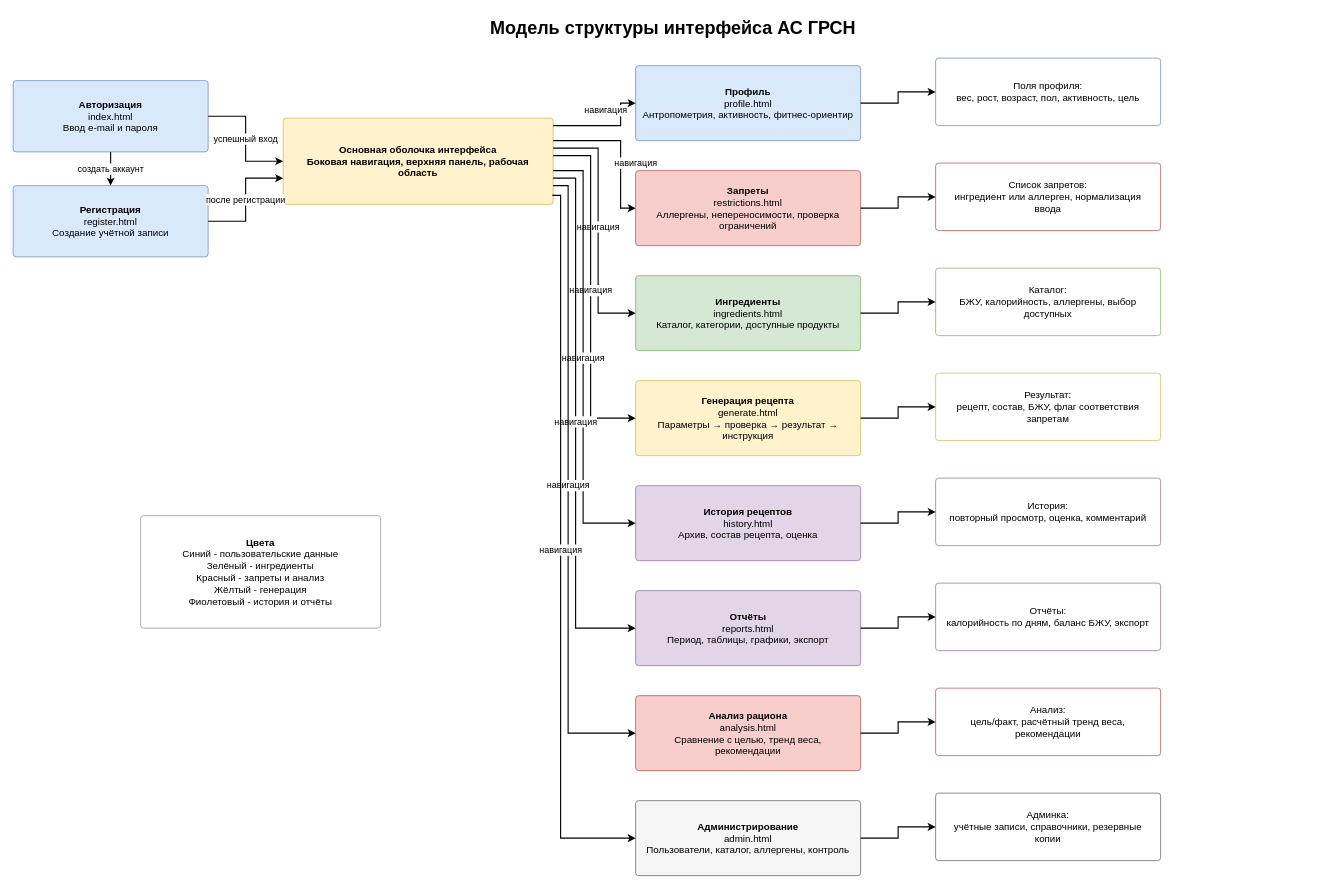
Before: Optimization-Methods/laba_2/diagrams/Модель_структуры_интерфейса.drawio in Skipl1/ASOIU, a draw.io diagram. Source tidied: cells renumbered, new cells numbered last; positions are measured from the earlier drawing's top-left corner, leaving out a move shared by most shapes. Both pictures are drawn from the tidied source at 75%, with x=0, y=0 at pixel (13, 13).
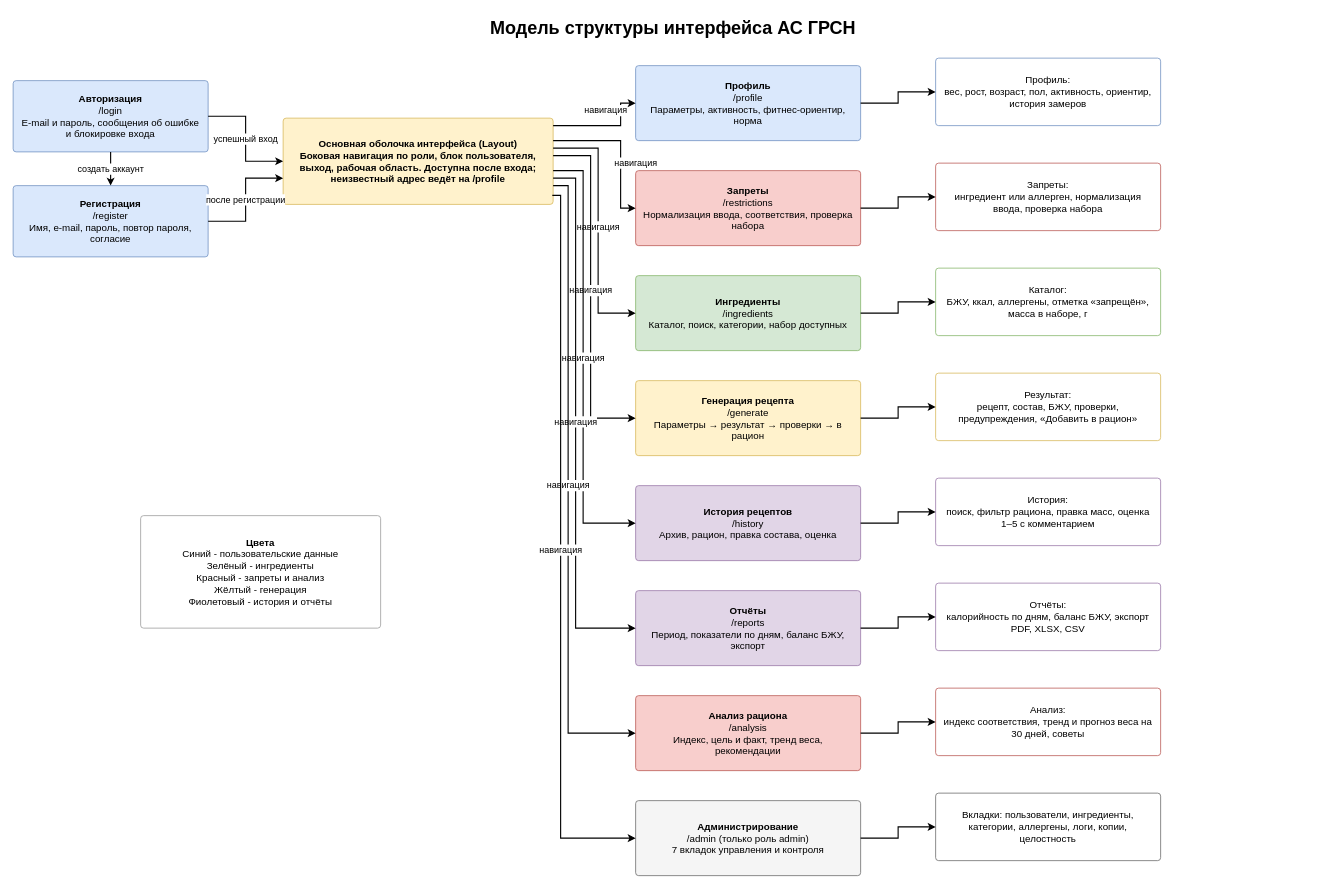
Above is the later version.

What changed in the source:
```diff
@@
-    <mxCell id="3" value="&lt;b&gt;Авторизация&lt;/b&gt;&lt;br&gt;index.html&lt;br&gt;Ввод e-mail и пароля" style="rounded=1;whiteSpace=wrap;html=1;arcSize=8;absoluteArcSize=1;fillColor=#dae8fc;strokeColor=#6c8ebf;fontSize=13;spacing=8;" parent="1" vertex="1">
+    <mxCell id="3" value="&lt;b&gt;Авторизация&lt;/b&gt;&lt;br&gt;/login&lt;br&gt;E-mail и пароль, сообщения об ошибке и блокировке входа" style="rounded=1;whiteSpace=wrap;html=1;arcSize=8;absoluteArcSize=1;fillColor=#dae8fc;strokeColor=#6c8ebf;fontSize=13;spacing=8;" parent="1" vertex="1">
       <mxGeometry y="90" width="260" height="95" as="geometry" />
     </mxCell>
-    <mxCell id="4" value="&lt;b&gt;Регистрация&lt;/b&gt;&lt;br&gt;register.html&lt;br&gt;Создание учётной записи" style="rounded=1;whiteSpace=wrap;html=1;arcSize=8;absoluteArcSize=1;fillColor=#dae8fc;strokeColor=#6c8ebf;fontSize=13;spacing=8;" parent="1" vertex="1">
+    <mxCell id="4" value="&lt;b&gt;Регистрация&lt;/b&gt;&lt;br&gt;/register&lt;br&gt;Имя, e-mail, пароль, повтор пароля, согласие" style="rounded=1;whiteSpace=wrap;html=1;arcSize=8;absoluteArcSize=1;fillColor=#dae8fc;strokeColor=#6c8ebf;fontSize=13;spacing=8;" parent="1" vertex="1">
       <mxGeometry y="230" width="260" height="95" as="geometry" />
     </mxCell>
-    <mxCell id="5" value="&lt;b&gt;Основная оболочка интерфейса&lt;/b&gt;&lt;br&gt;Боковая навигация, верхняя панель, рабочая область" style="rounded=1;whiteSpace=wrap;html=1;arcSize=8;absoluteArcSize=1;fillColor=#fff2cc;strokeColor=#d6b656;fontSize=13;spacing=8;fontStyle=1;" parent="1" vertex="1">
+    <mxCell id="5" value="&lt;b&gt;Основная оболочка интерфейса (Layout)&lt;/b&gt;&lt;br&gt;Боковая навигация по роли, блок пользователя, выход, рабочая область. Доступна после входа; неизвестный адрес ведёт на /profile" style="rounded=1;whiteSpace=wrap;html=1;arcSize=8;absoluteArcSize=1;fillColor=#fff2cc;strokeColor=#d6b656;fontSize=13;spacing=8;fontStyle=1;" parent="1" vertex="1">
       <mxGeometry x="360" y="140" width="360" height="115" as="geometry" />
     </mxCell>
-    <mxCell id="6" value="&lt;b&gt;Профиль&lt;/b&gt;&lt;br&gt;profile.html&lt;br&gt;Антропометрия, активность, фитнес-ориентир" style="rounded=1;whiteSpace=wrap;html=1;arcSize=8;absoluteArcSize=1;fillColor=#dae8fc;strokeColor=#6c8ebf;fontSize=13;spacing=8;" parent="1" vertex="1">
+    <mxCell id="6" value="&lt;b&gt;Профиль&lt;/b&gt;&lt;br&gt;/profile&lt;br&gt;Параметры, активность, фитнес-ориентир, норма" style="rounded=1;whiteSpace=wrap;html=1;arcSize=8;absoluteArcSize=1;fillColor=#dae8fc;strokeColor=#6c8ebf;fontSize=13;spacing=8;" parent="1" vertex="1">
       <mxGeometry x="830" y="70" width="300" height="100" as="geometry" />
     </mxCell>
-    <mxCell id="7" value="&lt;b&gt;Запреты&lt;/b&gt;&lt;br&gt;restrictions.html&lt;br&gt;Аллергены, непереносимости, проверка ограничений" style="rounded=1;whiteSpace=wrap;html=1;arcSize=8;absoluteArcSize=1;fillColor=#f8cecc;strokeColor=#b85450;fontSize=13;spacing=8;" parent="1" vertex="1">
+    <mxCell id="7" value="&lt;b&gt;Запреты&lt;/b&gt;&lt;br&gt;/restrictions&lt;br&gt;Нормализация ввода, соответствия, проверка набора" style="rounded=1;whiteSpace=wrap;html=1;arcSize=8;absoluteArcSize=1;fillColor=#f8cecc;strokeColor=#b85450;fontSize=13;spacing=8;" parent="1" vertex="1">
       <mxGeometry x="830" y="210" width="300" height="100" as="geometry" />
     </mxCell>
-    <mxCell id="8" value="&lt;b&gt;Ингредиенты&lt;/b&gt;&lt;br&gt;ingredients.html&lt;br&gt;Каталог, категории, доступные продукты" style="rounded=1;whiteSpace=wrap;html=1;arcSize=8;absoluteArcSize=1;fillColor=#d5e8d4;strokeColor=#82b366;fontSize=13;spacing=8;" parent="1" vertex="1">
+    <mxCell id="8" value="&lt;b&gt;Ингредиенты&lt;/b&gt;&lt;br&gt;/ingredients&lt;br&gt;Каталог, поиск, категории, набор доступных" style="rounded=1;whiteSpace=wrap;html=1;arcSize=8;absoluteArcSize=1;fillColor=#d5e8d4;strokeColor=#82b366;fontSize=13;spacing=8;" parent="1" vertex="1">
       <mxGeometry x="830" y="350" width="300" height="100" as="geometry" />
     </mxCell>
-    <mxCell id="9" value="&lt;b&gt;Генерация рецепта&lt;/b&gt;&lt;br&gt;generate.html&lt;br&gt;Параметры → проверка → результат → инструкция" style="rounded=1;whiteSpace=wrap;html=1;arcSize=8;absoluteArcSize=1;fillColor=#fff2cc;strokeColor=#d6b656;fontSize=13;spacing=8;" parent="1" vertex="1">
+    <mxCell id="9" value="&lt;b&gt;Генерация рецепта&lt;/b&gt;&lt;br&gt;/generate&lt;br&gt;Параметры → результат → проверки → в рацион" style="rounded=1;whiteSpace=wrap;html=1;arcSize=8;absoluteArcSize=1;fillColor=#fff2cc;strokeColor=#d6b656;fontSize=13;spacing=8;" parent="1" vertex="1">
       <mxGeometry x="830" y="490" width="300" height="100" as="geometry" />
     </mxCell>
-    <mxCell id="10" value="&lt;b&gt;История рецептов&lt;/b&gt;&lt;br&gt;history.html&lt;br&gt;Архив, состав рецепта, оценка" style="rounded=1;whiteSpace=wrap;html=1;arcSize=8;absoluteArcSize=1;fillColor=#e1d5e7;strokeColor=#9673a6;fontSize=13;spacing=8;" parent="1" vertex="1">
+    <mxCell id="10" value="&lt;b&gt;История рецептов&lt;/b&gt;&lt;br&gt;/history&lt;br&gt;Архив, рацион, правка состава, оценка" style="rounded=1;whiteSpace=wrap;html=1;arcSize=8;absoluteArcSize=1;fillColor=#e1d5e7;strokeColor=#9673a6;fontSize=13;spacing=8;" parent="1" vertex="1">
       <mxGeometry x="830" y="630" width="300" height="100" as="geometry" />
     </mxCell>
-    <mxCell id="11" value="&lt;b&gt;Отчёты&lt;/b&gt;&lt;br&gt;reports.html&lt;br&gt;Период, таблицы, графики, экспорт" style="rounded=1;whiteSpace=wrap;html=1;arcSize=8;absoluteArcSize=1;fillColor=#e1d5e7;strokeColor=#9673a6;fontSize=13;spacing=8;" parent="1" vertex="1">
+    <mxCell id="11" value="&lt;b&gt;Отчёты&lt;/b&gt;&lt;br&gt;/reports&lt;br&gt;Период, показатели по дням, баланс БЖУ, экспорт" style="rounded=1;whiteSpace=wrap;html=1;arcSize=8;absoluteArcSize=1;fillColor=#e1d5e7;strokeColor=#9673a6;fontSize=13;spacing=8;" parent="1" vertex="1">
       <mxGeometry x="830" y="770" width="300" height="100" as="geometry" />
     </mxCell>
-    <mxCell id="12" value="&lt;b&gt;Анализ рациона&lt;/b&gt;&lt;br&gt;analysis.html&lt;br&gt;Сравнение с целью, тренд веса, рекомендации" style="rounded=1;whiteSpace=wrap;html=1;arcSize=8;absoluteArcSize=1;fillColor=#f8cecc;strokeColor=#b85450;fontSize=13;spacing=8;" parent="1" vertex="1">
+    <mxCell id="12" value="&lt;b&gt;Анализ рациона&lt;/b&gt;&lt;br&gt;/analysis&lt;br&gt;Индекс, цель и факт, тренд веса, рекомендации" style="rounded=1;whiteSpace=wrap;html=1;arcSize=8;absoluteArcSize=1;fillColor=#f8cecc;strokeColor=#b85450;fontSize=13;spacing=8;" parent="1" vertex="1">
       <mxGeometry x="830" y="910" width="300" height="100" as="geometry" />
     </mxCell>
-    <mxCell id="13" value="&lt;b&gt;Администрирование&lt;/b&gt;&lt;br&gt;admin.html&lt;br&gt;Пользователи, каталог, аллергены, контроль" style="rounded=1;whiteSpace=wrap;html=1;arcSize=8;absoluteArcSize=1;fillColor=#f5f5f5;strokeColor=#666666;fontSize=13;spacing=8;" parent="1" vertex="1">
+    <mxCell id="13" value="&lt;b&gt;Администрирование&lt;/b&gt;&lt;br&gt;/admin (только роль admin)&lt;br&gt;7 вкладок управления и контроля" style="rounded=1;whiteSpace=wrap;html=1;arcSize=8;absoluteArcSize=1;fillColor=#f5f5f5;strokeColor=#666666;fontSize=13;spacing=8;" parent="1" vertex="1">
       <mxGeometry x="830" y="1050" width="300" height="100" as="geometry" />
     </mxCell>
-    <mxCell id="14" value="Поля профиля:&lt;br&gt;вес, рост, возраст, пол, активность, цель" style="rounded=1;whiteSpace=wrap;html=1;arcSize=8;absoluteArcSize=1;fillColor=#ffffff;strokeColor=#6c8ebf;fontSize=13;spacing=8;" parent="1" vertex="1">
+    <mxCell id="14" value="Профиль:&lt;br&gt;вес, рост, возраст, пол, активность, ориентир, история замеров" style="rounded=1;whiteSpace=wrap;html=1;arcSize=8;absoluteArcSize=1;fillColor=#ffffff;strokeColor=#6c8ebf;fontSize=13;spacing=8;" parent="1" vertex="1">
       <mxGeometry x="1230" y="60" width="300" height="90" as="geometry" />
     </mxCell>
-    <mxCell id="15" value="Список запретов:&lt;br&gt;ингредиент или аллерген, нормализация ввода" style="rounded=1;whiteSpace=wrap;html=1;arcSize=8;absoluteArcSize=1;fillColor=#ffffff;strokeColor=#b85450;fontSize=13;spacing=8;" parent="1" vertex="1">
+    <mxCell id="15" value="Запреты:&lt;br&gt;ингредиент или аллерген, нормализация ввода, проверка набора" style="rounded=1;whiteSpace=wrap;html=1;arcSize=8;absoluteArcSize=1;fillColor=#ffffff;strokeColor=#b85450;fontSize=13;spacing=8;" parent="1" vertex="1">
       <mxGeometry x="1230" y="200" width="300" height="90" as="geometry" />
     </mxCell>
-    <mxCell id="16" value="Каталог:&lt;br&gt;БЖУ, калорийность, аллергены, выбор доступных" style="rounded=1;whiteSpace=wrap;html=1;arcSize=8;absoluteArcSize=1;fillColor=#ffffff;strokeColor=#82b366;fontSize=13;spacing=8;" parent="1" vertex="1">
+    <mxCell id="16" value="Каталог:&lt;br&gt;БЖУ, ккал, аллергены, отметка «запрещён», масса в наборе, г" style="rounded=1;whiteSpace=wrap;html=1;arcSize=8;absoluteArcSize=1;fillColor=#ffffff;strokeColor=#82b366;fontSize=13;spacing=8;" parent="1" vertex="1">
       <mxGeometry x="1230" y="340" width="300" height="90" as="geometry" />
     </mxCell>
-    <mxCell id="17" value="Результат:&lt;br&gt;рецепт, состав, БЖУ, флаг соответствия запретам" style="rounded=1;whiteSpace=wrap;html=1;arcSize=8;absoluteArcSize=1;fillColor=#ffffff;strokeColor=#d6b656;fontSize=13;spacing=8;" parent="1" vertex="1">
+    <mxCell id="17" value="Результат:&lt;br&gt;рецепт, состав, БЖУ, проверки, предупреждения, «Добавить в рацион»" style="rounded=1;whiteSpace=wrap;html=1;arcSize=8;absoluteArcSize=1;fillColor=#ffffff;strokeColor=#d6b656;fontSize=13;spacing=8;" parent="1" vertex="1">
       <mxGeometry x="1230" y="480" width="300" height="90" as="geometry" />
     </mxCell>
-    <mxCell id="18" value="История:&lt;br&gt;повторный просмотр, оценка, комментарий" style="rounded=1;whiteSpace=wrap;html=1;arcSize=8;absoluteArcSize=1;fillColor=#ffffff;strokeColor=#9673a6;fontSize=13;spacing=8;" parent="1" vertex="1">
+    <mxCell id="18" value="История:&lt;br&gt;поиск, фильтр рациона, правка масс, оценка 1–5 с комментарием" style="rounded=1;whiteSpace=wrap;html=1;arcSize=8;absoluteArcSize=1;fillColor=#ffffff;strokeColor=#9673a6;fontSize=13;spacing=8;" parent="1" vertex="1">
       <mxGeometry x="1230" y="620" width="300" height="90" as="geometry" />
     </mxCell>
-    <mxCell id="19" value="Отчёты:&lt;br&gt;калорийность по дням, баланс БЖУ, экспорт" style="rounded=1;whiteSpace=wrap;html=1;arcSize=8;absoluteArcSize=1;fillColor=#ffffff;strokeColor=#9673a6;fontSize=13;spacing=8;" parent="1" vertex="1">
+    <mxCell id="19" value="Отчёты:&lt;br&gt;калорийность по дням, баланс БЖУ, экспорт PDF, XLSX, CSV" style="rounded=1;whiteSpace=wrap;html=1;arcSize=8;absoluteArcSize=1;fillColor=#ffffff;strokeColor=#9673a6;fontSize=13;spacing=8;" parent="1" vertex="1">
       <mxGeometry x="1230" y="760" width="300" height="90" as="geometry" />
     </mxCell>
-    <mxCell id="20" value="Анализ:&lt;br&gt;цель/факт, расчётный тренд веса, рекомендации" style="rounded=1;whiteSpace=wrap;html=1;arcSize=8;absoluteArcSize=1;fillColor=#ffffff;strokeColor=#b85450;fontSize=13;spacing=8;" parent="1" vertex="1">
+    <mxCell id="20" value="Анализ:&lt;br&gt;индекс соответствия, тренд и прогноз веса на 30 дней, советы" style="rounded=1;whiteSpace=wrap;html=1;arcSize=8;absoluteArcSize=1;fillColor=#ffffff;strokeColor=#b85450;fontSize=13;spacing=8;" parent="1" vertex="1">
       <mxGeometry x="1230" y="900" width="300" height="90" as="geometry" />
     </mxCell>
-    <mxCell id="21" value="Админка:&lt;br&gt;учётные записи, справочники, резервные копии" style="rounded=1;whiteSpace=wrap;html=1;arcSize=8;absoluteArcSize=1;fillColor=#ffffff;strokeColor=#666666;fontSize=13;spacing=8;" parent="1" vertex="1">
+    <mxCell id="21" value="Вкладки: пользователи, ингредиенты, категории, аллергены, логи, копии, целостность" style="rounded=1;whiteSpace=wrap;html=1;arcSize=8;absoluteArcSize=1;fillColor=#ffffff;strokeColor=#666666;fontSize=13;spacing=8;" parent="1" vertex="1">
       <mxGeometry x="1230" y="1040" width="300" height="90" as="geometry" />
     </mxCell>
```
